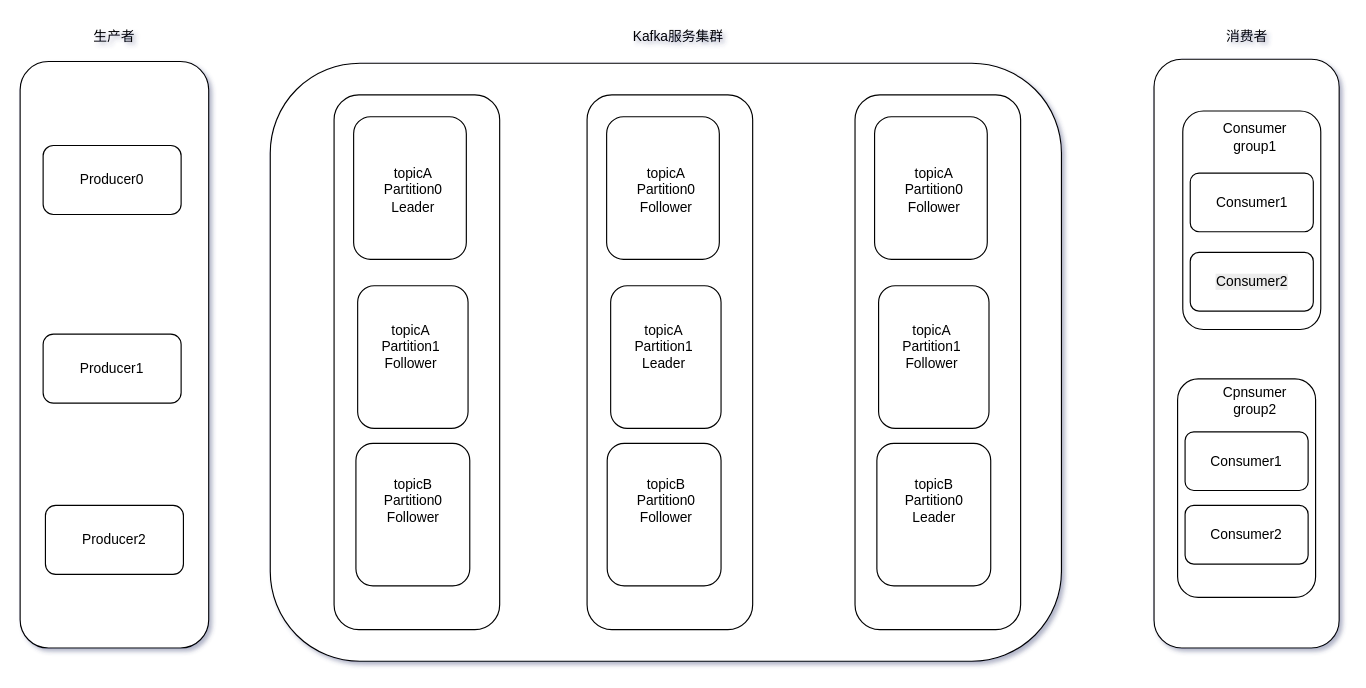
The draw.io diagram kafka.drawio in Omenkk7/drawio_repo, before the edit. Source tidied: cells renumbered, new cells numbered last; positions are measured from the earlier drawing's top-left corner, leaving out a move shared by most shapes. Both pictures are drawn from the tidied source at 115%, with x=0, y=0 at pixel (20, 20).
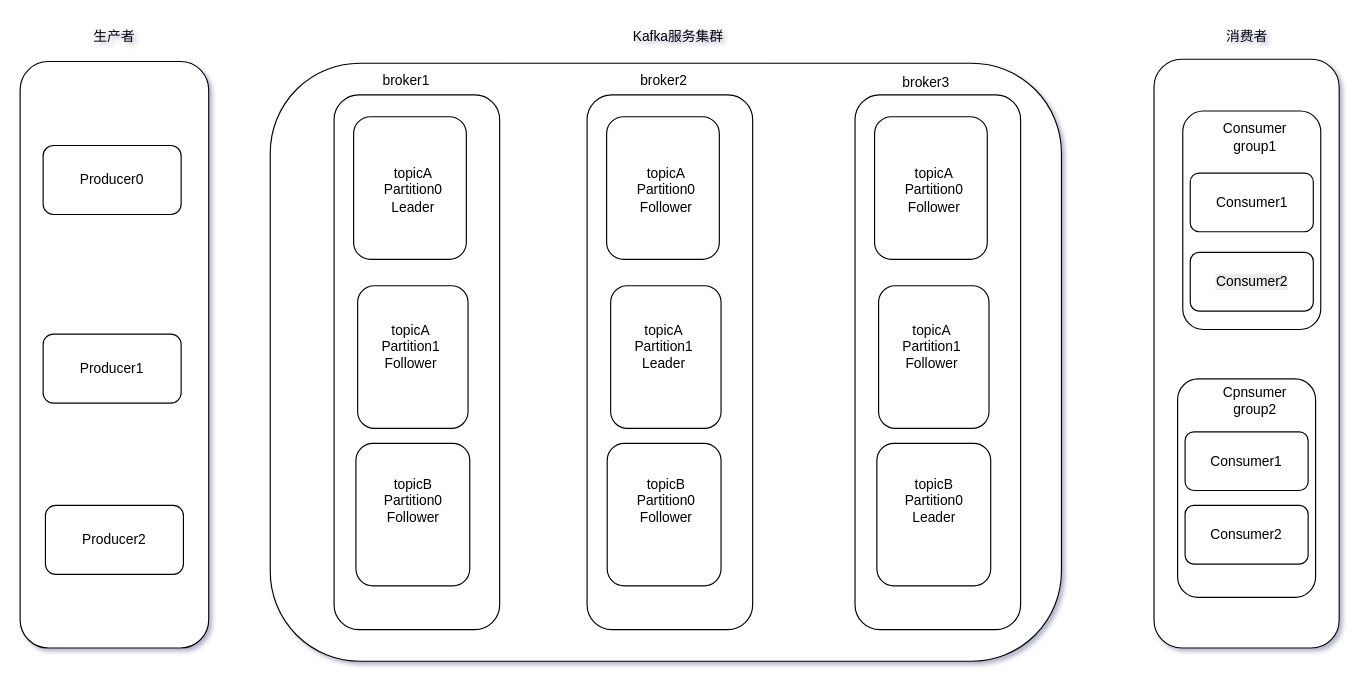
The same diagram, later.

Change to the diagram source:
```diff
@@
+    <mxCell id="40" value="broker1" style="text;html=1;whiteSpace=wrap;strokeColor=none;fillColor=none;align=center;verticalAlign=middle;rounded=0;" parent="1" vertex="1">
+      <mxGeometry x="306" y="37.5" width="60" height="30" as="geometry" />
+    </mxCell>
+    <mxCell id="41" value="broker2" style="text;html=1;whiteSpace=wrap;strokeColor=none;fillColor=none;align=center;verticalAlign=middle;rounded=0;" parent="1" vertex="1">
+      <mxGeometry x="530" y="37.5" width="60" height="30" as="geometry" />
+    </mxCell>
+    <mxCell id="42" value="broker3" style="text;html=1;whiteSpace=wrap;strokeColor=none;fillColor=none;align=center;verticalAlign=middle;rounded=0;" parent="1" vertex="1">
+      <mxGeometry x="758" y="40" width="60" height="30" as="geometry" />
+    </mxCell>
```
